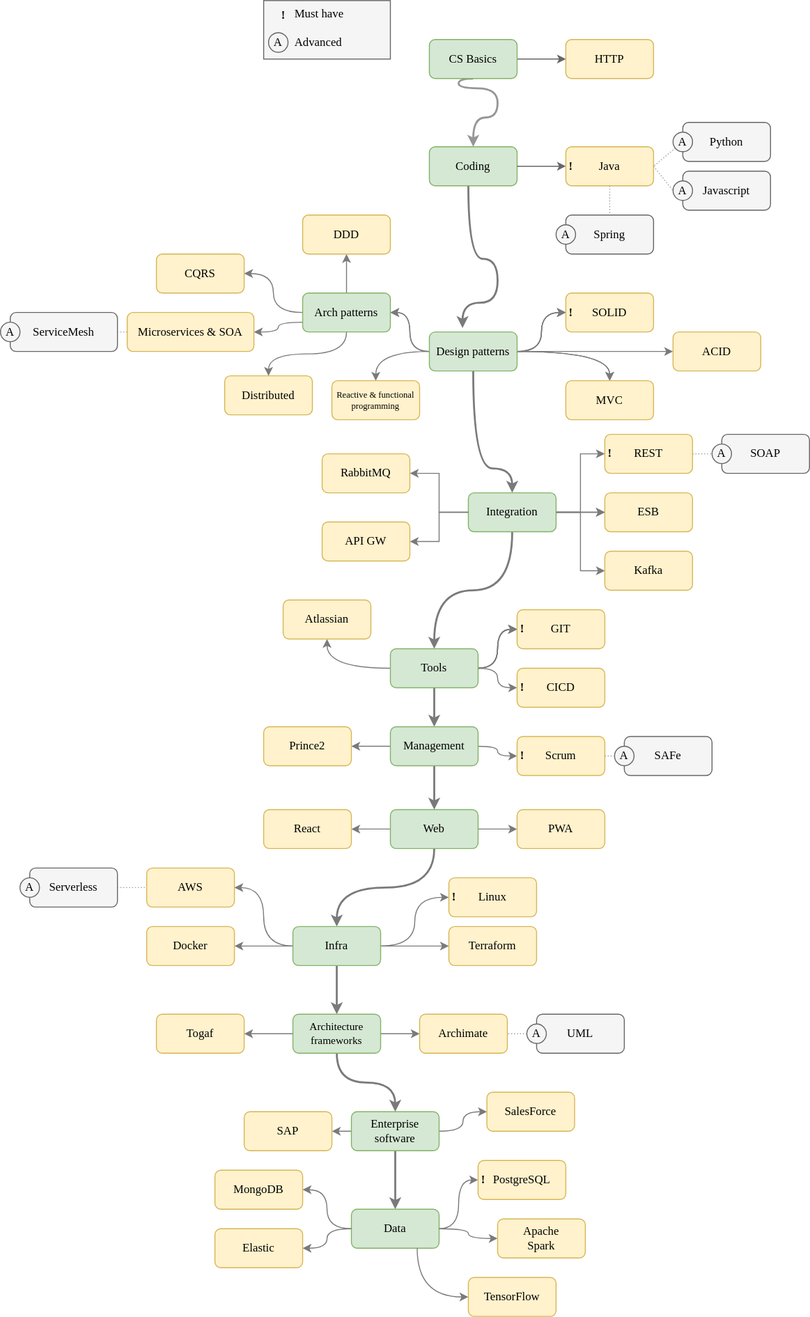
Above: sources/Architecture.drawio.svg in cmaxm/architect-roadmap (draw.io), before the change. Source tidied: cells renumbered, new cells last; positions are measured from the earlier drawing's top-left corner, leaving out a move shared by most shapes.
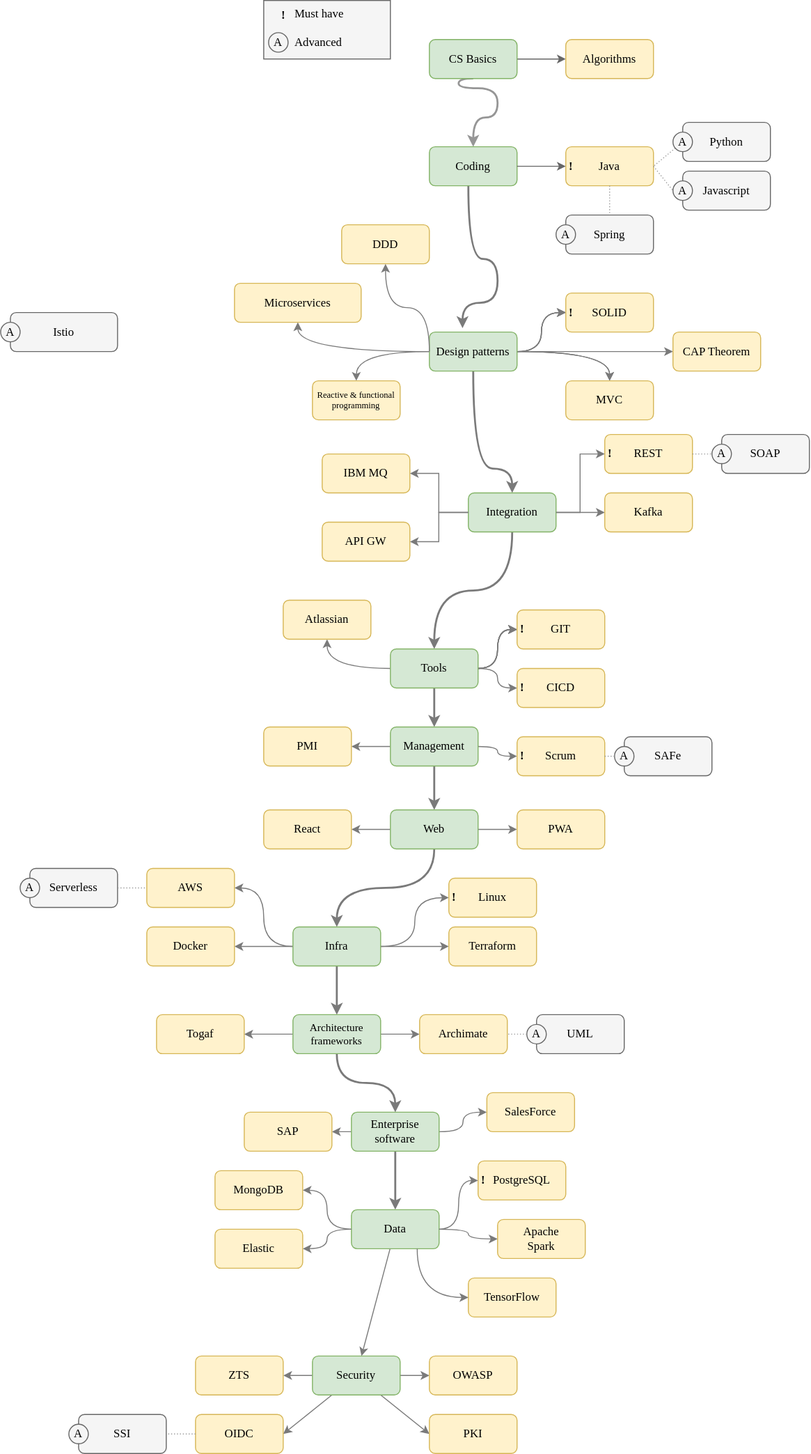
The same file after the commit.

Change to the diagram source:
```diff
@@ -19,7 +19,7 @@
     <mxCell id="4" value="CS Basics" style="rounded=1;whiteSpace=wrap;html=1;fontFamily=Lucida Console;fillColor=#d5e8d4;strokeColor=#82b366;fontColor=#000000;" parent="1" vertex="1">
       <mxGeometry x="440" y="40" width="90" height="40" as="geometry" />
     </mxCell>
-    <mxCell id="5" value="HTTP" style="rounded=1;whiteSpace=wrap;html=1;fontFamily=Lucida Console;fillColor=#fff2cc;strokeColor=#d6b656;fontColor=#000000;" parent="1" vertex="1">
+    <mxCell id="5" value="Algorithms" style="rounded=1;whiteSpace=wrap;html=1;fontFamily=Lucida Console;fillColor=#fff2cc;strokeColor=#d6b656;fontColor=#000000;" parent="1" vertex="1">
       <mxGeometry x="580" y="40" width="90" height="40" as="geometry" />
     </mxCell>
     <mxCell id="6" style="edgeStyle=orthogonalEdgeStyle;curved=1;rounded=0;jettySize=auto;html=1;strokeColor=#7A7A7A;fontFamily=Lucida Console;endArrow=classic;endFill=1;entryX=0.378;entryY=-0.1;entryDx=0;entryDy=0;entryPerimeter=0;strokeWidth=2;fontColor=#000000;" parent="1" edge="1" source="7" target="28">
@@ -68,12 +68,6 @@
     <mxCell id="18" style="edgeStyle=orthogonalEdgeStyle;curved=1;rounded=0;jettySize=auto;html=1;strokeColor=#7A7A7A;fontFamily=Lucida Console;endArrow=classic;endFill=1;fontColor=#000000;" parent="1" edge="1" source="28" target="29">
       <mxGeometry relative="1" as="geometry" />
     </mxCell>
-    <mxCell id="19" style="edgeStyle=orthogonalEdgeStyle;curved=1;rounded=0;jettySize=auto;html=1;strokeColor=#7A7A7A;fontFamily=Lucida Console;endArrow=classic;endFill=1;exitX=0;exitY=0.5;exitDx=0;exitDy=0;fontColor=#000000;" parent="1" edge="1" source="34" target="30">
-      <mxGeometry relative="1" as="geometry" />
-    </mxCell>
-    <mxCell id="20" style="edgeStyle=orthogonalEdgeStyle;curved=1;rounded=0;jettySize=auto;html=1;strokeColor=#7A7A7A;fontFamily=Lucida Console;endArrow=classic;endFill=1;fontColor=#000000;" parent="1" edge="1" source="28" target="34">
-      <mxGeometry relative="1" as="geometry" />
-    </mxCell>
     <mxCell id="21" style="edgeStyle=orthogonalEdgeStyle;curved=1;rounded=0;jettySize=auto;html=1;strokeColor=#7A7A7A;fontFamily=Lucida Console;endArrow=classic;endFill=1;fontColor=#000000;" parent="1" edge="1" source="28" target="29">
       <mxGeometry relative="1" as="geometry" />
     </mxCell>
@@ -94,9 +88,6 @@
     <mxCell id="25" style="edgeStyle=orthogonalEdgeStyle;curved=1;rounded=0;jettySize=auto;html=1;strokeColor=#7A7A7A;fontFamily=Lucida Console;endArrow=classic;endFill=1;fontColor=#000000;" parent="1" edge="1" source="28" target="43">
       <mxGeometry relative="1" as="geometry" />
     </mxCell>
-    <mxCell id="26" style="edgeStyle=orthogonalEdgeStyle;curved=1;rounded=0;jettySize=auto;html=1;strokeColor=#7A7A7A;fontFamily=Lucida Console;endArrow=classic;endFill=1;fontColor=#000000;" parent="1" edge="1" source="28" target="34">
-      <mxGeometry relative="1" as="geometry" />
-    </mxCell>
     <mxCell id="27" style="edgeStyle=orthogonalEdgeStyle;curved=1;rounded=0;jettySize=auto;html=1;strokeColor=#7A7A7A;fontFamily=Lucida Console;endArrow=classic;endFill=1;fontColor=#000000;" parent="1" edge="1" source="28" target="82">
       <mxGeometry relative="1" as="geometry" />
     </mxCell>
@@ -106,36 +97,23 @@
     <mxCell id="29" value="SOLID" style="rounded=1;whiteSpace=wrap;html=1;fontFamily=Lucida Console;fillColor=#fff2cc;strokeColor=#d6b656;fontColor=#000000;" parent="1" vertex="1">
       <mxGeometry x="580" y="300" width="90" height="40" as="geometry" />
     </mxCell>
-    <mxCell id="30" value="CQRS" style="rounded=1;whiteSpace=wrap;html=1;fontFamily=Lucida Console;fillColor=#fff2cc;strokeColor=#d6b656;fontColor=#000000;" parent="1" vertex="1">
-      <mxGeometry x="160" y="260" width="90" height="40" as="geometry" />
-    </mxCell>
-    <mxCell id="31" style="edgeStyle=orthogonalEdgeStyle;curved=1;rounded=0;jettySize=auto;html=1;strokeColor=#7A7A7A;fontFamily=Lucida Console;endArrow=classic;endFill=1;exitX=0;exitY=0.75;exitDx=0;exitDy=0;fontColor=#000000;" parent="1" edge="1" source="34" target="35">
+    <mxCell id="31" style="edgeStyle=orthogonalEdgeStyle;curved=1;rounded=0;jettySize=auto;html=1;strokeColor=#7A7A7A;fontFamily=Lucida Console;endArrow=classic;endFill=1;exitX=0;exitY=0.5;exitDx=0;exitDy=0;fontColor=#000000;" parent="1" edge="1" source="28" target="35">
       <mxGeometry relative="1" as="geometry" />
     </mxCell>
-    <mxCell id="32" style="edgeStyle=orthogonalEdgeStyle;curved=1;rounded=0;jettySize=auto;html=1;strokeColor=#7A7A7A;fontFamily=Lucida Console;endArrow=classic;endFill=1;exitX=0.5;exitY=1;exitDx=0;exitDy=0;fontColor=#000000;" parent="1" edge="1" source="34" target="36">
-      <mxGeometry relative="1" as="geometry" />
-    </mxCell>
-    <mxCell id="33" style="edgeStyle=orthogonalEdgeStyle;curved=1;rounded=0;jettySize=auto;html=1;strokeColor=#7A7A7A;fontFamily=Lucida Console;endArrow=classic;endFill=1;fontColor=#000000;" parent="1" edge="1" source="34" target="37">
-      <mxGeometry relative="1" as="geometry" />
+    <mxCell id="33" style="edgeStyle=orthogonalEdgeStyle;curved=1;rounded=0;jettySize=auto;html=1;strokeColor=#7A7A7A;fontFamily=Lucida Console;endArrow=classic;endFill=1;fontColor=#000000;" parent="1" edge="1" target="37">
+      <mxGeometry relative="1" as="geometry">
+        <mxPoint x="440" y="360" as="sourcePoint" />
+      </mxGeometry>
     </mxCell>
-    <mxCell id="34" value="Arch patterns" style="rounded=1;whiteSpace=wrap;html=1;fontFamily=Lucida Console;fillColor=#d5e8d4;strokeColor=#82b366;fontColor=#000000;" parent="1" vertex="1">
-      <mxGeometry x="310" y="300" width="90" height="40" as="geometry" />
-    </mxCell>
-    <mxCell id="35" value="Microservices &amp;amp; SOA" style="rounded=1;whiteSpace=wrap;html=1;fontFamily=Lucida Console;fillColor=#fff2cc;strokeColor=#d6b656;fontColor=#000000;" parent="1" vertex="1">
-      <mxGeometry x="130" y="320" width="130" height="40" as="geometry" />
+    <mxCell id="35" value="Microservices" style="rounded=1;whiteSpace=wrap;html=1;fontFamily=Lucida Console;fillColor=#fff2cc;strokeColor=#d6b656;fontColor=#000000;" parent="1" vertex="1">
+      <mxGeometry x="240" y="290" width="130" height="40" as="geometry" />
     </mxCell>
-    <mxCell id="36" value="Distributed" style="rounded=1;whiteSpace=wrap;html=1;fontFamily=Lucida Console;fillColor=#fff2cc;strokeColor=#d6b656;fontColor=#000000;" parent="1" vertex="1">
-      <mxGeometry x="230" y="385" width="90" height="40" as="geometry" />
-    </mxCell>
     <mxCell id="37" value="DDD" style="rounded=1;whiteSpace=wrap;html=1;fontFamily=Lucida Console;fillColor=#fff2cc;strokeColor=#d6b656;fontColor=#000000;" parent="1" vertex="1">
-      <mxGeometry x="310" y="220" width="90" height="40" as="geometry" />
+      <mxGeometry x="350" y="230" width="90" height="40" as="geometry" />
     </mxCell>
     <mxCell id="38" value="MVC" style="rounded=1;whiteSpace=wrap;html=1;fontFamily=Lucida Console;fillColor=#fff2cc;strokeColor=#d6b656;fontColor=#000000;" parent="1" vertex="1">
       <mxGeometry x="580" y="390" width="90" height="40" as="geometry" />
     </mxCell>
-    <mxCell id="39" style="edgeStyle=orthogonalEdgeStyle;curved=1;rounded=0;jettySize=auto;html=1;strokeColor=#7A7A7A;fontFamily=Lucida Console;endArrow=classic;endFill=1;fontColor=#000000;" parent="1" edge="1" source="42" target="48">
-      <mxGeometry relative="1" as="geometry" />
-    </mxCell>
     <mxCell id="40" style="edgeStyle=elbowEdgeStyle;rounded=0;jettySize=auto;html=1;strokeColor=#7A7A7A;fontFamily=Lucida Console;endArrow=classic;endFill=1;fontColor=#000000;" parent="1" edge="1" source="42" target="49">
       <mxGeometry relative="1" as="geometry" />
     </mxCell>
@@ -145,7 +123,7 @@
     <mxCell id="42" value="Integration" style="rounded=1;whiteSpace=wrap;html=1;fontFamily=Lucida Console;fillColor=#d5e8d4;strokeColor=#82b366;fontColor=#000000;" parent="1" vertex="1">
       <mxGeometry x="480" y="505" width="90" height="40" as="geometry" />
     </mxCell>
-    <mxCell id="43" value="ACID" style="rounded=1;whiteSpace=wrap;html=1;fontFamily=Lucida Console;fillColor=#fff2cc;strokeColor=#d6b656;fontColor=#000000;" parent="1" vertex="1">
+    <mxCell id="43" value="CAP Theorem" style="rounded=1;whiteSpace=wrap;html=1;fontFamily=Lucida Console;fillColor=#fff2cc;strokeColor=#d6b656;fontColor=#000000;" parent="1" vertex="1">
       <mxGeometry x="690" y="340" width="90" height="40" as="geometry" />
     </mxCell>
     <mxCell id="44" value="REST" style="rounded=1;whiteSpace=wrap;html=1;fontFamily=Lucida Console;fillColor=#fff2cc;strokeColor=#d6b656;fontColor=#000000;" parent="1" vertex="1">
@@ -160,13 +138,10 @@
     <mxCell id="47" style="edgeStyle=none;rounded=0;jettySize=auto;html=1;exitX=1;exitY=0.5;exitDx=0;exitDy=0;entryX=0;entryY=0.5;entryDx=0;entryDy=0;fontFamily=Lucida Console;endArrow=none;endFill=0;dashed=1;dashPattern=1 2;strokeColor=#999999;fontColor=#000000;" parent="1" edge="1" source="44" target="46">
       <mxGeometry relative="1" as="geometry" />
     </mxCell>
-    <mxCell id="48" value="ESB" style="rounded=1;whiteSpace=wrap;html=1;fontFamily=Lucida Console;fillColor=#fff2cc;strokeColor=#d6b656;fontColor=#000000;" parent="1" vertex="1">
-      <mxGeometry x="620" y="505" width="90" height="40" as="geometry" />
-    </mxCell>
     <mxCell id="49" value="Kafka" style="rounded=1;whiteSpace=wrap;html=1;fontFamily=Lucida Console;fillColor=#fff2cc;strokeColor=#d6b656;fontColor=#000000;" parent="1" vertex="1">
-      <mxGeometry x="620" y="565" width="90" height="40" as="geometry" />
+      <mxGeometry x="620" y="505" width="90" height="40" as="geometry" />
     </mxCell>
-    <mxCell id="50" value="RabbitMQ" style="rounded=1;whiteSpace=wrap;html=1;fontFamily=Lucida Console;fillColor=#fff2cc;strokeColor=#d6b656;fontColor=#000000;" parent="1" vertex="1">
+    <mxCell id="50" value="IBM MQ" style="rounded=1;whiteSpace=wrap;html=1;fontFamily=Lucida Console;fillColor=#fff2cc;strokeColor=#d6b656;fontColor=#000000;" parent="1" vertex="1">
       <mxGeometry x="330" y="465" width="90" height="40" as="geometry" />
     </mxCell>
     <mxCell id="51" value="API GW" style="rounded=1;whiteSpace=wrap;html=1;fontFamily=Lucida Console;fillColor=#fff2cc;strokeColor=#d6b656;fontColor=#000000;" parent="1" vertex="1">
@@ -187,12 +162,6 @@
         <mxPoint x="570" y="525" as="sourcePoint" />
       </mxGeometry>
     </mxCell>
-    <mxCell id="55" style="edgeStyle=elbowEdgeStyle;rounded=0;orthogonalLoop=1;jettySize=auto;html=1;strokeColor=#7A7A7A;fontFamily=Lucida Console;endArrow=classic;endFill=1;fontColor=#000000;" parent="1" edge="1">
-      <mxGeometry relative="1" as="geometry">
-        <mxPoint x="570" y="525" as="sourcePoint" />
-        <mxPoint x="620" y="525" as="targetPoint" />
-      </mxGeometry>
-    </mxCell>
     <mxCell id="56" style="edgeStyle=orthogonalEdgeStyle;curved=1;rounded=0;jettySize=auto;html=1;strokeColor=#7A7A7A;fontFamily=Lucida Console;endArrow=classic;endFill=1;fontColor=#000000;" parent="1" edge="1" source="63" target="64">
       <mxGeometry relative="1" as="geometry" />
     </mxCell>
@@ -250,7 +219,7 @@
     <mxCell id="74" style="edgeStyle=none;rounded=0;jettySize=auto;html=1;exitX=1;exitY=0.5;exitDx=0;exitDy=0;entryX=0;entryY=0.5;entryDx=0;entryDy=0;fontFamily=Lucida Console;endArrow=none;endFill=0;dashed=1;dashPattern=1 2;strokeColor=#999999;fontColor=#000000;" parent="1" edge="1" source="71" target="73">
       <mxGeometry relative="1" as="geometry" />
     </mxCell>
-    <mxCell id="75" value="Prince2" style="rounded=1;whiteSpace=wrap;html=1;fontFamily=Lucida Console;fillColor=#fff2cc;strokeColor=#d6b656;fontColor=#000000;" parent="1" vertex="1">
+    <mxCell id="75" value="PMI" style="rounded=1;whiteSpace=wrap;html=1;fontFamily=Lucida Console;fillColor=#fff2cc;strokeColor=#d6b656;fontColor=#000000;" parent="1" vertex="1">
       <mxGeometry x="270" y="745" width="90" height="40" as="geometry" />
     </mxCell>
     <mxCell id="76" value="A" style="ellipse;whiteSpace=wrap;html=1;fontFamily=Lucida Console;fillColor=#f5f5f5;fontColor=#000000;strokeColor=#666666;" parent="1" vertex="1">
@@ -272,7 +241,7 @@
       <mxGeometry x="530" y="830" width="90" height="40" as="geometry" />
     </mxCell>
     <mxCell id="82" value="Reactive &amp;amp; functional programming" style="rounded=1;whiteSpace=wrap;html=1;fontFamily=Lucida Console;fillColor=#fff2cc;strokeColor=#d6b656;fontSize=9;fontColor=#000000;" parent="1" vertex="1">
-      <mxGeometry x="340" y="390" width="90" height="40" as="geometry" />
+      <mxGeometry x="320" y="390" width="90" height="40" as="geometry" />
     </mxCell>
     <mxCell id="83" value="React" style="rounded=1;whiteSpace=wrap;html=1;fontFamily=Lucida Console;fillColor=#fff2cc;strokeColor=#d6b656;fontColor=#000000;" parent="1" vertex="1">
       <mxGeometry x="270" y="830" width="90" height="40" as="geometry" />
@@ -343,7 +312,7 @@
     <mxCell id="105" style="edgeStyle=none;rounded=0;jettySize=auto;html=1;exitX=0;exitY=0.5;exitDx=0;exitDy=0;entryX=1;entryY=0.5;entryDx=0;entryDy=0;fontFamily=Lucida Console;endArrow=none;endFill=0;dashed=1;dashPattern=1 2;strokeColor=#999999;fontColor=#000000;" parent="1" edge="1" source="104" target="101">
       <mxGeometry relative="1" as="geometry" />
     </mxCell>
-    <mxCell id="106" value="ServiceMesh" style="rounded=1;whiteSpace=wrap;html=1;fontFamily=Lucida Console;fillColor=#f5f5f5;strokeColor=#666666;fontColor=#000000;" parent="1" vertex="1">
+    <mxCell id="106" value="Istio" style="rounded=1;whiteSpace=wrap;html=1;fontFamily=Lucida Console;fillColor=#f5f5f5;strokeColor=#666666;fontColor=#000000;" parent="1" vertex="1">
       <mxGeometry x="10" y="320" width="110" height="40" as="geometry" />
     </mxCell>
     <mxCell id="107" value="A" style="ellipse;whiteSpace=wrap;html=1;fontFamily=Lucida Console;fillColor=#f5f5f5;fontColor=#000000;strokeColor=#666666;" parent="1" vertex="1">
@@ -352,9 +321,6 @@
     <mxCell id="108" style="edgeStyle=none;rounded=0;jettySize=auto;html=1;exitX=0.5;exitY=1;exitDx=0;exitDy=0;entryX=0.5;entryY=0;entryDx=0;entryDy=0;fontFamily=Lucida Console;endArrow=none;endFill=0;dashed=1;dashPattern=1 2;strokeColor=#999999;fontColor=#000000;" parent="1" edge="1" source="8" target="16">
       <mxGeometry relative="1" as="geometry" />
     </mxCell>
-    <mxCell id="109" style="edgeStyle=none;rounded=0;jettySize=auto;html=1;exitX=0;exitY=0.5;exitDx=0;exitDy=0;entryX=1;entryY=0.5;entryDx=0;entryDy=0;fontFamily=Lucida Console;endArrow=none;endFill=0;dashed=1;dashPattern=1 2;strokeColor=#999999;fontColor=#000000;" parent="1" edge="1" source="35" target="106">
-      <mxGeometry relative="1" as="geometry" />
-    </mxCell>
     <mxCell id="110" style="edgeStyle=orthogonalEdgeStyle;curved=1;rounded=0;jettySize=auto;html=1;entryX=1;entryY=0.5;entryDx=0;entryDy=0;strokeColor=#7A7A7A;fontFamily=Lucida Console;fontSize=11;endArrow=classic;endFill=1;fontColor=#000000;" parent="1" edge="1" source="113" target="115">
       <mxGeometry relative="1" as="geometry" />
     </mxCell>
@@ -373,6 +339,9 @@
     <mxCell id="115" value="SAP" style="rounded=1;whiteSpace=wrap;html=1;fontFamily=Lucida Console;fillColor=#fff2cc;strokeColor=#d6b656;fontColor=#000000;" parent="1" vertex="1">
       <mxGeometry x="250" y="1140" width="90" height="40" as="geometry" />
     </mxCell>
+    <mxCell id="138" style="edgeStyle=none;html=1;strokeColor=#7A7A7A;" parent="1" edge="1" source="116" target="143">
+      <mxGeometry relative="1" as="geometry" />
+    </mxCell>
     <mxCell id="116" value="Data" style="rounded=1;whiteSpace=wrap;html=1;fontFamily=Lucida Console;fillColor=#d5e8d4;strokeColor=#82b366;fontColor=#000000;" parent="1" vertex="1">
       <mxGeometry x="360" y="1240" width="90" height="40" as="geometry" />
     </mxCell>
@@ -441,5 +410,41 @@
     <mxCell id="137" value="A" style="ellipse;whiteSpace=wrap;html=1;fontFamily=Lucida Console;fillColor=#f5f5f5;fontColor=#000000;strokeColor=#666666;" parent="1" vertex="1">
       <mxGeometry x="275" y="33" width="20" height="20" as="geometry" />
     </mxCell>
+    <mxCell id="139" style="edgeStyle=none;html=1;entryX=0;entryY=0.5;entryDx=0;entryDy=0;strokeColor=#7A7A7A;" parent="1" edge="1" source="143" target="144">
+      <mxGeometry relative="1" as="geometry" />
+    </mxCell>
+    <mxCell id="140" style="edgeStyle=none;html=1;entryX=0;entryY=0.5;entryDx=0;entryDy=0;strokeColor=#7A7A7A;" parent="1" edge="1" source="143" target="145">
+      <mxGeometry relative="1" as="geometry" />
+    </mxCell>
+    <mxCell id="141" style="edgeStyle=none;html=1;entryX=1;entryY=0.5;entryDx=0;entryDy=0;strokeColor=#7A7A7A;" parent="1" edge="1" source="143" target="146">
+      <mxGeometry relative="1" as="geometry" />
+    </mxCell>
+    <mxCell id="142" style="edgeStyle=none;html=1;entryX=1;entryY=0.5;entryDx=0;entryDy=0;strokeColor=#7A7A7A;" parent="1" edge="1" source="143" target="147">
+      <mxGeometry relative="1" as="geometry" />
+    </mxCell>
+    <mxCell id="143" value="Security" style="rounded=1;whiteSpace=wrap;html=1;fontFamily=Lucida Console;fillColor=#d5e8d4;strokeColor=#82b366;fontColor=#000000;" parent="1" vertex="1">
+      <mxGeometry x="320" y="1390" width="90" height="40" as="geometry" />
+    </mxCell>
+    <mxCell id="144" value="OWASP" style="rounded=1;whiteSpace=wrap;html=1;fontFamily=Lucida Console;fillColor=#fff2cc;strokeColor=#d6b656;fontColor=#000000;" parent="1" vertex="1">
+      <mxGeometry x="440" y="1390" width="90" height="40" as="geometry" />
+    </mxCell>
+    <mxCell id="145" value="PKI" style="rounded=1;whiteSpace=wrap;html=1;fontFamily=Lucida Console;fillColor=#fff2cc;strokeColor=#d6b656;fontColor=#000000;" parent="1" vertex="1">
+      <mxGeometry x="440" y="1450" width="90" height="40" as="geometry" />
+    </mxCell>
+    <mxCell id="146" value="ZTS" style="rounded=1;whiteSpace=wrap;html=1;fontFamily=Lucida Console;fillColor=#fff2cc;strokeColor=#d6b656;fontColor=#000000;" parent="1" vertex="1">
+      <mxGeometry x="200" y="1390" width="90" height="40" as="geometry" />
+    </mxCell>
+    <mxCell id="147" value="OIDC" style="rounded=1;whiteSpace=wrap;html=1;fontFamily=Lucida Console;fillColor=#fff2cc;strokeColor=#d6b656;fontColor=#000000;" parent="1" vertex="1">
+      <mxGeometry x="200" y="1450" width="90" height="40" as="geometry" />
+    </mxCell>
+    <mxCell id="148" value="SSI" style="rounded=1;whiteSpace=wrap;html=1;fontFamily=Lucida Console;fillColor=#f5f5f5;strokeColor=#666666;fontColor=#000000;" parent="1" vertex="1">
+      <mxGeometry x="80" y="1450" width="90" height="40" as="geometry" />
+    </mxCell>
+    <mxCell id="149" value="A" style="ellipse;whiteSpace=wrap;html=1;fontFamily=Lucida Console;fillColor=#f5f5f5;fontColor=#000000;strokeColor=#666666;" parent="1" vertex="1">
+      <mxGeometry x="70" y="1460" width="20" height="20" as="geometry" />
+    </mxCell>
+    <mxCell id="150" style="edgeStyle=none;rounded=0;jettySize=auto;html=1;exitX=0;exitY=0.5;exitDx=0;exitDy=0;entryX=1;entryY=0.5;entryDx=0;entryDy=0;fontFamily=Lucida Console;endArrow=none;endFill=0;dashed=1;dashPattern=1 2;strokeColor=#999999;fontColor=#000000;" parent="1" edge="1" source="147" target="148">
+      <mxGeometry relative="1" as="geometry" />
+    </mxCell>
   </root>
 </mxGraphModel>
```
